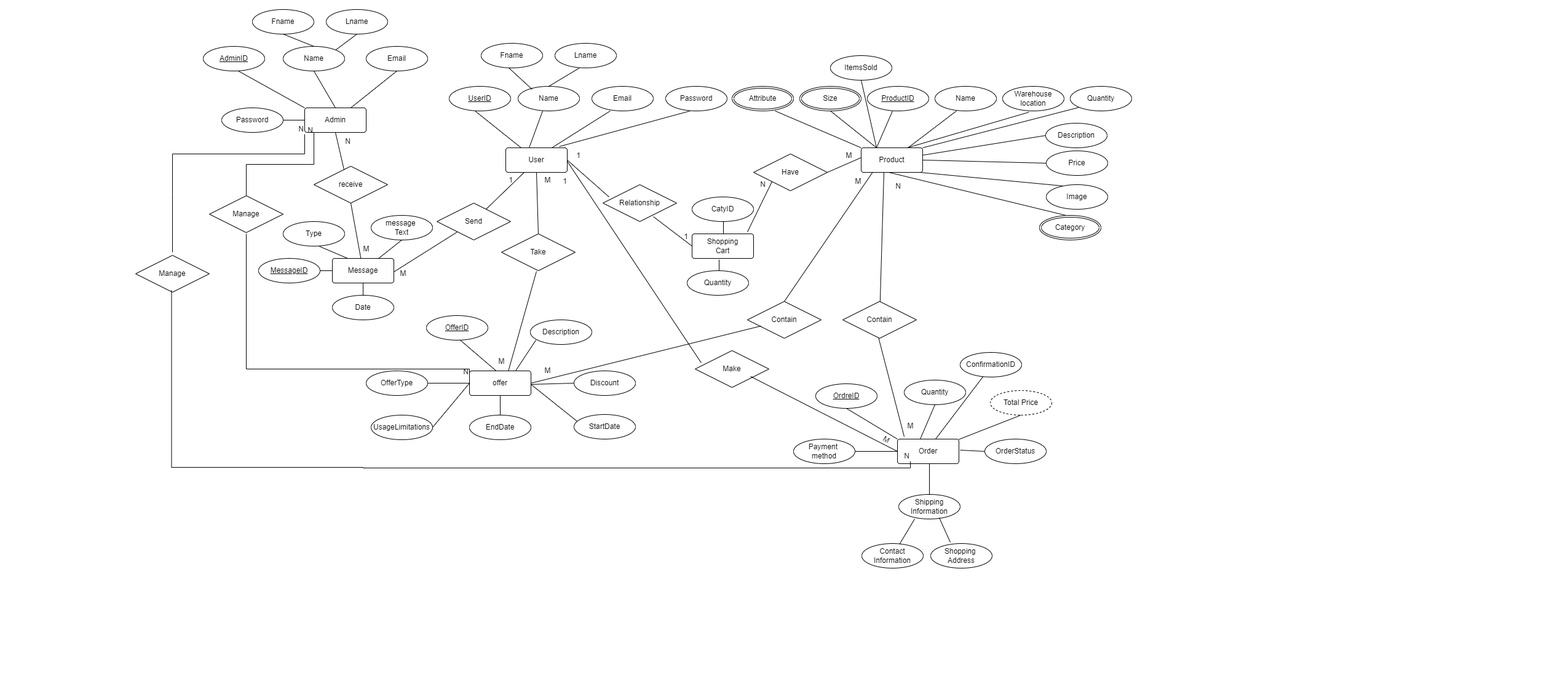
The draw.io diagram ERD_ClassDiagram/erd.png in tokinha/the_dressing_shop, before a commit. Source tidied: cells renumbered, new cells last; positions are measured from the earlier drawing's top-left corner, leaving out a move shared by most shapes.
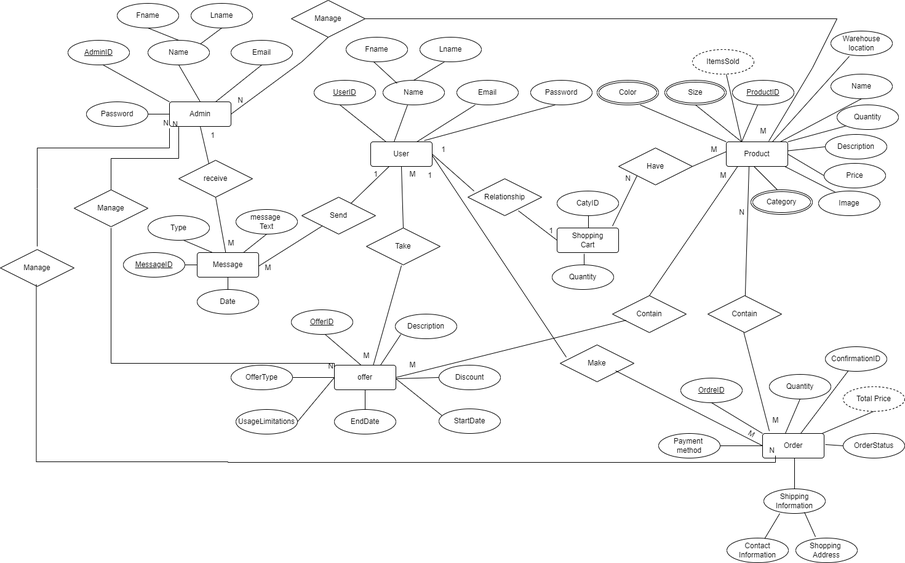
The same file after the commit.

Commit message:
modify erd and add class

Diff of the diagram source:
```diff
@@ -63,24 +63,19 @@
       <mxGeometry x="1180" y="225" width="100" height="40" as="geometry" />
     </mxCell>
     <mxCell id="16" value="Quantity" style="ellipse;whiteSpace=wrap;html=1;align=center;" parent="1" vertex="1">
-      <mxGeometry x="1520" y="125" width="100" height="40" as="geometry" />
+      <mxGeometry x="1360" y="165" width="100" height="40" as="geometry" />
     </mxCell>
     <mxCell id="17" style="edgeStyle=none;html=1;endArrow=none;verticalAlign=bottom;rounded=0;entryX=0;entryY=1;entryDx=0;entryDy=0;exitX=1;exitY=0;exitDx=0;exitDy=0;" parent="1" edge="1" source="15" target="16">
       <mxGeometry relative="1" as="geometry" />
     </mxCell>
     <mxCell id="18" value="Warehouse location" style="ellipse;whiteSpace=wrap;html=1;align=center;" parent="1" vertex="1">
-      <mxGeometry x="1410" y="125" width="100" height="40" as="geometry" />
+      <mxGeometry x="1350" y="45" width="100" height="40" as="geometry" />
     </mxCell>
-    <mxCell id="19" style="edgeStyle=none;html=1;endArrow=none;verticalAlign=bottom;rounded=0;entryX=0.75;entryY=0;entryDx=0;entryDy=0;exitX=0.43;exitY=1.05;exitDx=0;exitDy=0;exitPerimeter=0;" parent="1" edge="1" source="18" target="15">
+    <mxCell id="19" style="edgeStyle=none;html=1;endArrow=none;verticalAlign=bottom;rounded=0;entryX=0.75;entryY=0;entryDx=0;entryDy=0;exitX=0.3;exitY=1.025;exitDx=0;exitDy=0;exitPerimeter=0;" parent="1" edge="1" source="18" target="15">
       <mxGeometry relative="1" as="geometry" />
     </mxCell>
-    <mxCell id="20" value="Name" style="ellipse;whiteSpace=wrap;html=1;align=center;" parent="1" vertex="1">
-      <mxGeometry x="1300" y="125" width="100" height="40" as="geometry" />
-    </mxCell>
-    <mxCell id="21" style="edgeStyle=none;html=1;endArrow=none;verticalAlign=bottom;rounded=0;exitX=0.5;exitY=1;exitDx=0;exitDy=0;" parent="1" edge="1" target="15">
-      <mxGeometry relative="1" as="geometry">
-        <mxPoint x="1335" y="165" as="sourcePoint" />
-      </mxGeometry>
+    <mxCell id="21" style="edgeStyle=none;html=1;endArrow=none;verticalAlign=bottom;rounded=0;exitX=0.5;exitY=1;exitDx=0;exitDy=0;" parent="1" edge="1" source="20" target="15">
+      <mxGeometry relative="1" as="geometry" />
     </mxCell>
     <mxCell id="22" style="edgeStyle=none;html=1;endArrow=none;verticalAlign=bottom;rounded=0;entryX=0.25;entryY=0;entryDx=0;entryDy=0;exitX=0.41;exitY=1;exitDx=0;exitDy=0;exitPerimeter=0;" parent="1" edge="1" target="15">
       <mxGeometry relative="1" as="geometry">
@@ -88,10 +83,10 @@
       </mxGeometry>
     </mxCell>
     <mxCell id="23" value="Description" style="ellipse;whiteSpace=wrap;html=1;align=center;" parent="1" vertex="1">
-      <mxGeometry x="1480" y="185" width="100" height="40" as="geometry" />
+      <mxGeometry x="1341" y="213" width="100" height="40" as="geometry" />
     </mxCell>
     <mxCell id="24" value="Price" style="ellipse;whiteSpace=wrap;html=1;align=center;" parent="1" vertex="1">
-      <mxGeometry x="1481" y="230" width="100" height="40" as="geometry" />
+      <mxGeometry x="1339" y="260" width="100" height="40" as="geometry" />
     </mxCell>
     <mxCell id="25" style="edgeStyle=none;html=1;endArrow=none;verticalAlign=bottom;rounded=0;entryX=0;entryY=0.5;entryDx=0;entryDy=0;exitX=0.5;exitY=1;exitDx=0;exitDy=0;" parent="1" edge="1" target="24">
       <mxGeometry relative="1" as="geometry">
@@ -104,10 +99,10 @@
       </mxGeometry>
     </mxCell>
     <mxCell id="27" value="Image" style="ellipse;whiteSpace=wrap;html=1;align=center;" parent="1" vertex="1">
-      <mxGeometry x="1481" y="285" width="100" height="40" as="geometry" />
+      <mxGeometry x="1330" y="305" width="100" height="40" as="geometry" />
     </mxCell>
     <mxCell id="28" value="Category" style="ellipse;shape=doubleEllipse;margin=3;whiteSpace=wrap;html=1;align=center;" parent="1" vertex="1">
-      <mxGeometry x="1470" y="335" width="100" height="40" as="geometry" />
+      <mxGeometry x="1220" y="303" width="100" height="40" as="geometry" />
     </mxCell>
     <mxCell id="29" style="edgeStyle=none;html=1;endArrow=none;verticalAlign=bottom;rounded=0;entryX=0.43;entryY=0;entryDx=0;entryDy=0;exitX=0.5;exitY=1;exitDx=0;exitDy=0;entryPerimeter=0;" parent="1" edge="1" target="28">
       <mxGeometry relative="1" as="geometry">
@@ -129,7 +124,7 @@
     <mxCell id="33" value="ProductID" style="ellipse;whiteSpace=wrap;html=1;align=center;fontStyle=4;" parent="1" vertex="1">
       <mxGeometry x="1190" y="125" width="100" height="40" as="geometry" />
     </mxCell>
-    <mxCell id="34" value="Attribute" style="ellipse;shape=doubleEllipse;margin=3;whiteSpace=wrap;html=1;align=center;" parent="1" vertex="1">
+    <mxCell id="34" value="Color" style="ellipse;shape=doubleEllipse;margin=3;whiteSpace=wrap;html=1;align=center;" parent="1" vertex="1">
       <mxGeometry x="970" y="125" width="100" height="40" as="geometry" />
     </mxCell>
     <mxCell id="35" style="edgeStyle=none;html=1;endArrow=none;verticalAlign=bottom;rounded=0;entryX=0;entryY=0;entryDx=0;entryDy=0;exitX=0.5;exitY=1;exitDx=0;exitDy=0;" parent="1" edge="1" target="15">
@@ -140,9 +135,6 @@
     <mxCell id="36" value="offer" style="rounded=1;arcSize=10;whiteSpace=wrap;html=1;align=center;" parent="1" vertex="1">
       <mxGeometry x="543" y="588" width="100" height="40" as="geometry" />
     </mxCell>
-    <mxCell id="37" value="ItemsSold" style="ellipse;whiteSpace=wrap;html=1;align=center;" parent="1" vertex="1">
-      <mxGeometry x="1130" y="75" width="100" height="40" as="geometry" />
-    </mxCell>
     <mxCell id="38" style="edgeStyle=none;html=1;endArrow=none;verticalAlign=bottom;rounded=0;entryX=0.25;entryY=0;entryDx=0;entryDy=0;exitX=0.5;exitY=1;exitDx=0;exitDy=0;" parent="1" edge="1" target="15">
       <mxGeometry relative="1" as="geometry">
         <mxPoint x="1180" y="115" as="sourcePoint" />
@@ -221,7 +213,7 @@
       </mxGeometry>
     </mxCell>
     <mxCell id="58" value="Total Price" style="ellipse;whiteSpace=wrap;html=1;align=center;dashed=1;" parent="1" vertex="1">
-      <mxGeometry x="1390" y="620" width="100" height="40" as="geometry" />
+      <mxGeometry x="1370" y="623" width="100" height="40" as="geometry" />
     </mxCell>
     <mxCell id="59" style="edgeStyle=none;html=1;endArrow=none;verticalAlign=bottom;rounded=0;exitX=0.5;exitY=1;exitDx=0;exitDy=0;" parent="1" edge="1" source="58" target="53">
       <mxGeometry relative="1" as="geometry" />
@@ -235,7 +227,7 @@
       </mxGeometry>
     </mxCell>
     <mxCell id="62" value="OrderStatus" style="ellipse;whiteSpace=wrap;html=1;align=center;" parent="1" vertex="1">
-      <mxGeometry x="1381" y="699" width="100" height="40" as="geometry" />
+      <mxGeometry x="1370" y="699" width="100" height="40" as="geometry" />
     </mxCell>
     <mxCell id="63" value="Contact&lt;br&gt;Information&lt;br&gt;" style="ellipse;whiteSpace=wrap;html=1;align=center;" parent="1" vertex="1">
       <mxGeometry x="1181" y="869" width="100" height="40" as="geometry" />
@@ -437,7 +429,7 @@
     <mxCell id="117" value="M" style="text;html=1;align=center;verticalAlign=middle;strokeColor=none;fillColor=none;" parent="1" vertex="1">
       <mxGeometry x="360" y="375" width="30" height="30" as="geometry" />
     </mxCell>
-    <mxCell id="118" value="N" style="text;html=1;align=center;verticalAlign=middle;strokeColor=none;fillColor=none;" parent="1" vertex="1">
+    <mxCell id="118" value="1" style="text;html=1;align=center;verticalAlign=middle;strokeColor=none;fillColor=none;" parent="1" vertex="1">
       <mxGeometry x="330" y="200" width="30" height="30" as="geometry" />
     </mxCell>
     <mxCell id="119" value="Take" style="shape=rhombus;perimeter=rhombusPerimeter;whiteSpace=wrap;html=1;align=center;" parent="1" vertex="1">
@@ -509,7 +501,7 @@
       <mxGeometry x="1245" y="663" width="30" height="30" as="geometry" />
     </mxCell>
     <mxCell id="138" value="N" style="text;html=1;align=center;verticalAlign=middle;strokeColor=none;fillColor=none;" parent="1" vertex="1">
-      <mxGeometry x="1225" y="273" width="30" height="30" as="geometry" />
+      <mxGeometry x="1190" y="325" width="30" height="30" as="geometry" />
     </mxCell>
     <mxCell id="139" value="Manage" style="shape=rhombus;perimeter=rhombusPerimeter;whiteSpace=wrap;html=1;align=center;" parent="1" vertex="1">
       <mxGeometry x="120" y="303" width="120" height="60" as="geometry" />
@@ -570,5 +562,35 @@
     <mxCell id="148" value="N" style="html=1;whiteSpace=wrap;align=right;verticalAlign=bottom;" parent="147" vertex="1">
       <mxGeometry x="1" relative="1" as="geometry" />
     </mxCell>
+    <mxCell id="37" value="ItemsSold" style="ellipse;whiteSpace=wrap;html=1;align=center;dashed=1;" parent="1" vertex="1">
+      <mxGeometry x="1125" y="75" width="100" height="40" as="geometry" />
+    </mxCell>
+    <mxCell id="149" value="Manage" style="shape=rhombus;perimeter=rhombusPerimeter;whiteSpace=wrap;html=1;align=center;" parent="1" vertex="1">
+      <mxGeometry x="473" y="-5" width="120" height="60" as="geometry" />
+    </mxCell>
+    <mxCell id="150" style="edgeStyle=none;html=1;endArrow=none;verticalAlign=bottom;rounded=0;exitX=1;exitY=0.5;exitDx=0;exitDy=0;entryX=0.5;entryY=1;entryDx=0;entryDy=0;" parent="1" edge="1" source="77" target="149">
+      <mxGeometry relative="1" as="geometry">
+        <Array as="points">
+          <mxPoint x="490" y="95" />
+        </Array>
+      </mxGeometry>
+    </mxCell>
+    <mxCell id="151" value="N" style="text;html=1;align=center;verticalAlign=middle;strokeColor=none;fillColor=none;" parent="1" vertex="1">
+      <mxGeometry x="375" y="143" width="30" height="30" as="geometry" />
+    </mxCell>
+    <mxCell id="20" value="Name" style="ellipse;whiteSpace=wrap;html=1;align=center;" parent="1" vertex="1">
+      <mxGeometry x="1350" y="115" width="100" height="40" as="geometry" />
+    </mxCell>
+    <mxCell id="152" style="edgeStyle=none;html=1;endArrow=none;verticalAlign=bottom;rounded=0;exitX=1;exitY=0.5;exitDx=0;exitDy=0;entryX=0.69;entryY=-0.025;entryDx=0;entryDy=0;entryPerimeter=0;" parent="1" edge="1" source="149" target="15">
+      <mxGeometry relative="1" as="geometry">
+        <Array as="points">
+          <mxPoint x="1360" y="25" />
+          <mxPoint x="1320" y="105" />
+        </Array>
+      </mxGeometry>
+    </mxCell>
+    <mxCell id="153" value="M" style="text;html=1;align=center;verticalAlign=middle;strokeColor=none;fillColor=none;" parent="1" vertex="1">
+      <mxGeometry x="1225" y="193" width="30" height="30" as="geometry" />
+    </mxCell>
   </root>
 </mxGraphModel>
```
